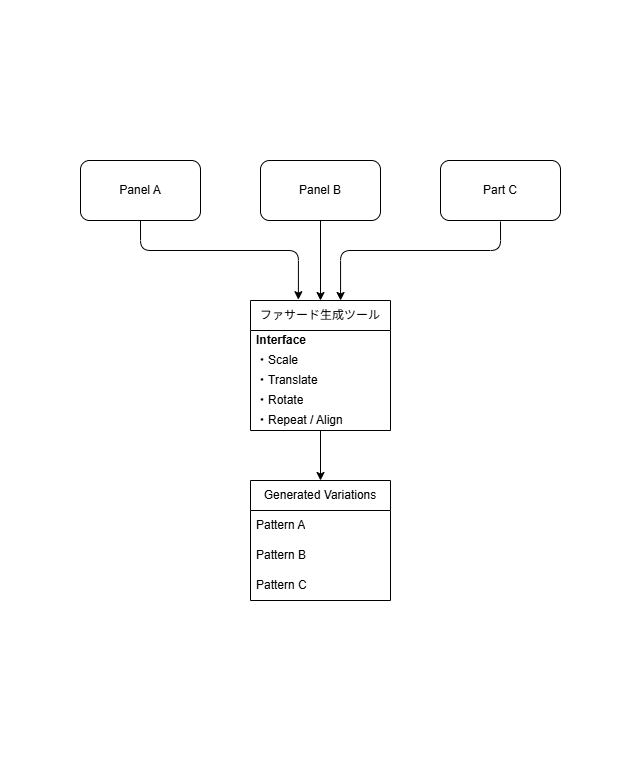
This is PF/Drawio/FacadeGenerator_UML.png from uminchegject/ToDo, a draw.io export, as it was before one commit. Source tidied: cells renumbered, new cells last; positions are measured from the earlier drawing's top-left corner, leaving out a move shared by most shapes.
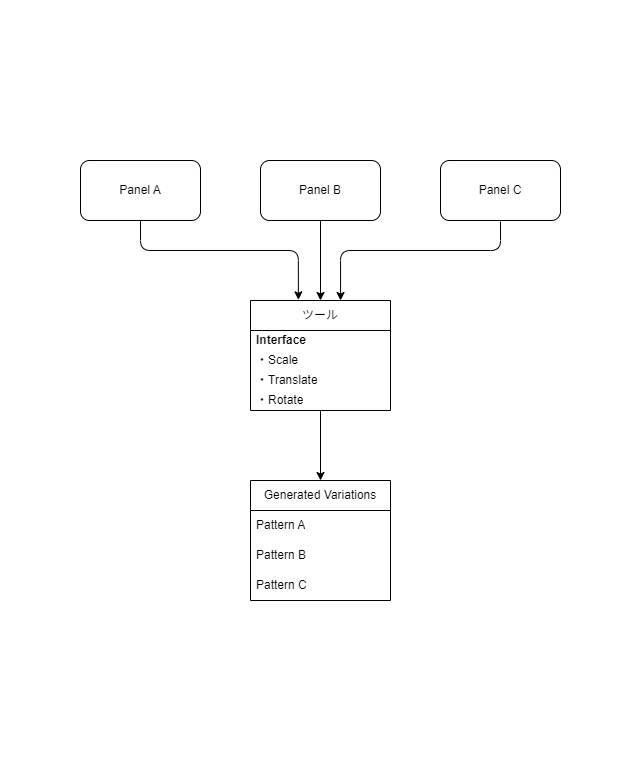
Above is the later version.

Diff of the diagram source:
```diff
@@ -1,4 +1,4 @@
-<mxGraphModel>
+<mxGraphModel background="#ffffff">
   <root>
     <mxCell id="0" />
     <mxCell id="1" parent="0" />
@@ -10,8 +10,8 @@
     <mxCell id="3" style="edgeStyle=none;html=1;" parent="1" edge="1" source="4" target="10">
       <mxGeometry relative="1" as="geometry" />
     </mxCell>
-    <mxCell id="4" value="ファサード生成ツール" style="swimlane;fontStyle=0;horizontal=1;startSize=30;whiteSpace=wrap;html=1;" parent="1" vertex="1">
-      <mxGeometry x="250" y="300" width="140" height="130" as="geometry" />
+    <mxCell id="4" value="ツール" style="swimlane;fontStyle=0;horizontal=1;startSize=30;whiteSpace=wrap;html=1;" parent="1" vertex="1">
+      <mxGeometry x="250" y="300" width="140" height="110" as="geometry" />
     </mxCell>
     <mxCell id="5" value="&lt;b&gt;Interface&lt;/b&gt;" style="text;strokeColor=none;fillColor=none;align=left;verticalAlign=middle;spacingLeft=4;spacingRight=4;overflow=hidden;whiteSpace=wrap;html=1;" parent="4" vertex="1">
       <mxGeometry y="30" width="140" height="20" as="geometry" />
@@ -25,9 +25,6 @@
     <mxCell id="8" value="&lt;span style=&quot;color: rgb(0, 0, 0);&quot;&gt;・&lt;/span&gt;Rotate" style="text;strokeColor=none;fillColor=none;align=left;verticalAlign=middle;spacingLeft=4;spacingRight=4;overflow=hidden;whiteSpace=wrap;html=1;" parent="4" vertex="1">
       <mxGeometry y="90" width="140" height="20" as="geometry" />
     </mxCell>
-    <mxCell id="9" value="&lt;span style=&quot;color: rgb(0, 0, 0);&quot;&gt;・&lt;/span&gt;Repeat / Align" style="text;strokeColor=none;fillColor=none;align=left;verticalAlign=middle;spacingLeft=4;spacingRight=4;overflow=hidden;whiteSpace=wrap;html=1;" parent="4" vertex="1">
-      <mxGeometry y="110" width="140" height="20" as="geometry" />
-    </mxCell>
     <mxCell id="10" value="Generated Variations" style="swimlane;fontStyle=0;horizontal=1;startSize=30;whiteSpace=wrap;html=1;" parent="1" vertex="1">
       <mxGeometry x="250" y="480" width="140" height="120" as="geometry" />
     </mxCell>
@@ -66,7 +63,7 @@
     <mxCell id="17" value="&lt;span style=&quot;color: rgb(0, 0, 0);&quot;&gt;Panel B&lt;/span&gt;" style="rounded=1;whiteSpace=wrap;html=1;" parent="1" vertex="1">
       <mxGeometry x="260" y="160" width="120" height="60" as="geometry" />
     </mxCell>
-    <mxCell id="18" value="&lt;span style=&quot;color: rgb(0, 0, 0);&quot;&gt;Part C&lt;/span&gt;" style="rounded=1;whiteSpace=wrap;html=1;" parent="1" vertex="1">
+    <mxCell id="18" value="&lt;span style=&quot;color: rgb(0, 0, 0);&quot;&gt;Panel C&lt;/span&gt;" style="rounded=1;whiteSpace=wrap;html=1;" parent="1" vertex="1">
       <mxGeometry x="440" y="160" width="120" height="60" as="geometry" />
     </mxCell>
     <mxCell id="19" style="rounded=0;whiteSpace=wrap;html=1;strokeColor=none;fillColor=none;" parent="1" vertex="1">
```
